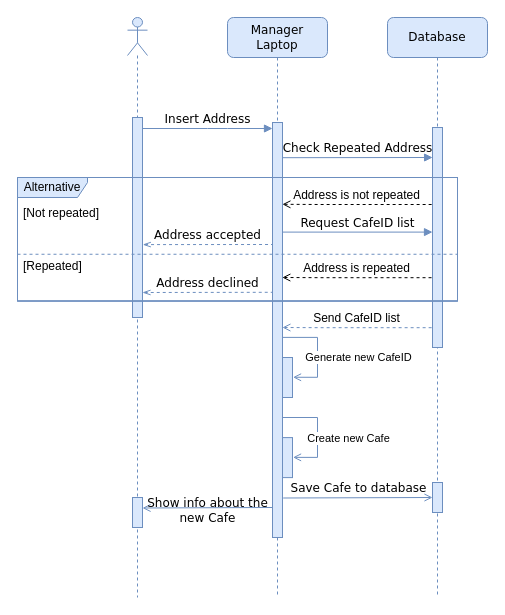
Earlier version of the draw.io diagram page "AddCafe" (5 of 7) of Diagrams/Sequence Diagram.drawio (Abcdavid00/Cafe-Management-Application). Source tidied: cells renumbered, new cells numbered last; positions are measured from the earlier drawing's top-left corner, leaving out a move shared by most shapes. Both pictures are drawn from the tidied source at 100%, with x=0, y=0 at pixel (17, 17).
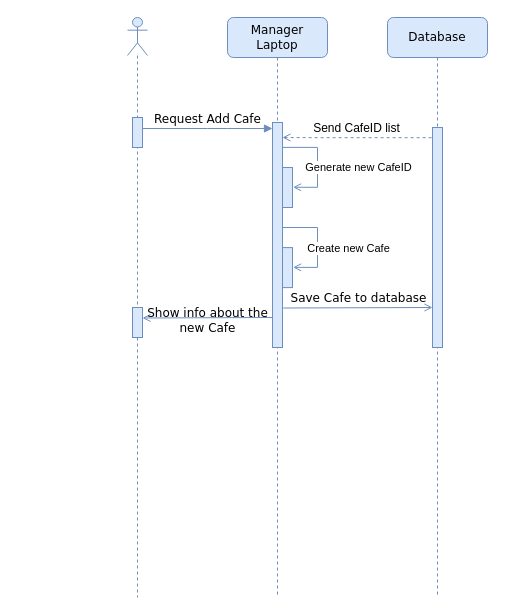
The same diagram, later.

The change refers to these unchanged cells:
```xml
<mxCell id="2" style="shape=umlLifeline;participant=umlActor;perimeter=lifelinePerimeter;whiteSpace=wrap;html=1;verticalAlign=top;spacingTop=36;size=38;fillColor=#dae8fc;strokeColor=#6c8ebf;" parent="1" vertex="1">
  <mxGeometry x="110" width="20" height="580" as="geometry" />
</mxCell>
<mxCell id="6" value="Database" style="shape=umlLifeline;perimeter=lifelinePerimeter;whiteSpace=wrap;html=1;rounded=1;shadow=0;comic=0;labelBackgroundColor=none;strokeWidth=1;fontFamily=Verdana;fontSize=12;align=center;fillColor=#dae8fc;strokeColor=#6c8ebf;" parent="1" vertex="1">
  <mxGeometry x="370" width="100" height="580" as="geometry" />
</mxCell>
```

Diff of the diagram source:
```diff
@@
     <mxCell id="3" style="html=1;perimeter=orthogonalPerimeter;rounded=0;shadow=0;comic=0;labelBackgroundColor=none;strokeWidth=1;fontFamily=Verdana;fontSize=12;align=center;fillColor=#dae8fc;strokeColor=#6c8ebf;" parent="2" vertex="1">
-      <mxGeometry x="5" y="480" width="10" height="30" as="geometry" />
+      <mxGeometry x="5" y="290" width="10" height="30" as="geometry" />
     </mxCell>
     <mxCell id="4" style="html=1;perimeter=orthogonalPerimeter;rounded=0;shadow=0;comic=0;labelBackgroundColor=none;strokeWidth=1;fontFamily=Verdana;fontSize=12;align=center;fillColor=#dae8fc;strokeColor=#6c8ebf;" parent="1" vertex="1">
-      <mxGeometry x="115" y="100" width="10" height="200" as="geometry" />
+      <mxGeometry x="115" y="100" width="10" height="30" as="geometry" />
     </mxCell>
@@
-    <mxCell id="7" style="html=1;perimeter=orthogonalPerimeter;rounded=0;shadow=0;comic=0;labelBackgroundColor=none;strokeWidth=1;fontFamily=Verdana;fontSize=12;align=center;fillColor=#dae8fc;strokeColor=#6c8ebf;" parent="6" vertex="1">
-      <mxGeometry x="45" y="465" width="10" height="30" as="geometry" />
-    </mxCell>
-    <mxCell id="8" value="Address is not repeated" style="html=1;verticalAlign=bottom;endArrow=none;dashed=1;endSize=8;rounded=0;startArrow=open;startFill=0;endFill=0;fontSize=12;exitX=0.987;exitY=0.202;exitDx=0;exitDy=0;exitPerimeter=0;" parent="6" edge="1">
-      <mxGeometry x="-0.02" relative="1" as="geometry">
-        <mxPoint x="-105.1" y="186.8" as="sourcePoint" />
-        <mxPoint x="45" y="187" as="targetPoint" />
-        <Array as="points">
-          <mxPoint x="-67.5" y="187" />
-        </Array>
-      </mxGeometry>
-    </mxCell>
-    <mxCell id="9" value="Address is repeated" style="html=1;verticalAlign=bottom;endArrow=none;dashed=1;endSize=8;rounded=0;startArrow=open;startFill=0;endFill=0;fontSize=12;exitX=0.987;exitY=0.202;exitDx=0;exitDy=0;exitPerimeter=0;" parent="6" edge="1">
-      <mxGeometry x="-0.02" relative="1" as="geometry">
-        <mxPoint x="-105.2" y="260" as="sourcePoint" />
-        <mxPoint x="45" y="260.2" as="targetPoint" />
-        <Array as="points">
-          <mxPoint x="-67.5" y="260.2" />
-        </Array>
-      </mxGeometry>
-    </mxCell>
     <mxCell id="10" value="Send CafeID list" style="html=1;verticalAlign=bottom;endArrow=none;dashed=1;endSize=8;rounded=0;startArrow=open;startFill=0;endFill=0;fontSize=12;exitX=0.987;exitY=0.202;exitDx=0;exitDy=0;exitPerimeter=0;fillColor=#dae8fc;strokeColor=#6c8ebf;" parent="6" edge="1">
       <mxGeometry x="-0.02" relative="1" as="geometry">
-        <mxPoint x="-105.1" y="310" as="sourcePoint" />
-        <mxPoint x="45" y="310.2" as="targetPoint" />
+        <mxPoint x="-105.1" y="120" as="sourcePoint" />
+        <mxPoint x="45" y="120.2" as="targetPoint" />
         <Array as="points">
-          <mxPoint x="-67.5" y="310.2" />
+          <mxPoint x="-67.5" y="120.2" />
         </Array>
       </mxGeometry>
     </mxCell>
-    <mxCell id="11" value="Insert Address" style="html=1;verticalAlign=bottom;endArrow=block;entryX=0;entryY=0;labelBackgroundColor=none;fontFamily=Verdana;fontSize=12;edgeStyle=elbowEdgeStyle;elbow=vertical;endFill=1;fillColor=#dae8fc;strokeColor=#6c8ebf;" parent="1" edge="1">
+    <mxCell id="11" value="Request Add Cafe" style="html=1;verticalAlign=bottom;endArrow=block;entryX=0;entryY=0;labelBackgroundColor=none;fontFamily=Verdana;fontSize=12;edgeStyle=elbowEdgeStyle;elbow=vertical;endFill=1;fillColor=#dae8fc;strokeColor=#6c8ebf;" parent="1" edge="1">
       <mxGeometry relative="1" as="geometry">
         <mxPoint x="125" y="111" as="sourcePoint" />
         <mxPoint x="255" y="111" as="targetPoint" />
         <Array as="points">
           <mxPoint x="200" y="111" />
         </Array>
       </mxGeometry>
     </mxCell>
     <mxCell id="12" style="html=1;perimeter=orthogonalPerimeter;rounded=0;shadow=0;comic=0;labelBackgroundColor=none;strokeWidth=1;fontFamily=Verdana;fontSize=12;align=center;fillColor=#dae8fc;strokeColor=#6c8ebf;" parent="1" vertex="1">
-      <mxGeometry x="255" y="105" width="10" height="415" as="geometry" />
+      <mxGeometry x="255" y="105" width="10" height="225" as="geometry" />
     </mxCell>
-    <mxCell id="13" value="Check Repeated Address" style="html=1;verticalAlign=bottom;endArrow=block;labelBackgroundColor=none;fontFamily=Verdana;fontSize=12;edgeStyle=elbowEdgeStyle;elbow=vertical;endFill=1;startArrow=none;startFill=0;entryX=0.007;entryY=0.299;entryDx=0;entryDy=0;entryPerimeter=0;fillColor=#dae8fc;strokeColor=#6c8ebf;" parent="1" edge="1">
-      <mxGeometry relative="1" as="geometry">
-        <mxPoint x="265" y="140.2" as="sourcePoint" />
-        <mxPoint x="415.1" y="139.9" as="targetPoint" />
-      </mxGeometry>
-    </mxCell>
     <mxCell id="14" style="edgeStyle=orthogonalEdgeStyle;rounded=0;jettySize=auto;html=1;exitX=1.055;exitY=0.494;exitDx=0;exitDy=0;exitPerimeter=0;entryX=1.054;entryY=0.593;entryDx=0;entryDy=0;entryPerimeter=0;endArrow=none;endFill=0;startArrow=open;startFill=0;fillColor=#dae8fc;strokeColor=#6c8ebf;" parent="1" edge="1" source="16">
       <mxGeometry relative="1" as="geometry">
-        <mxPoint x="265.5" y="319.9" as="targetPoint" />
+        <mxPoint x="265.5" y="129.9" as="targetPoint" />
         <Array as="points">
-          <mxPoint x="300" y="360" />
-          <mxPoint x="300" y="320" />
+          <mxPoint x="300" y="170" />
+          <mxPoint x="300" y="130" />
         </Array>
       </mxGeometry>
     </mxCell>
@@
     <mxCell id="16" style="html=1;points=[];perimeter=orthogonalPerimeter;rounded=0;shadow=0;comic=0;labelBackgroundColor=none;strokeWidth=1;fontFamily=Verdana;fontSize=12;align=center;fillColor=#dae8fc;strokeColor=#6c8ebf;" parent="1" vertex="1">
-      <mxGeometry x="265" y="340" width="10" height="40" as="geometry" />
+      <mxGeometry x="265" y="150" width="10" height="40" as="geometry" />
     </mxCell>
-    <mxCell id="17" value="Request CafeID list" style="html=1;verticalAlign=bottom;endArrow=block;labelBackgroundColor=none;fontFamily=Verdana;fontSize=12;edgeStyle=elbowEdgeStyle;elbow=vertical;endFill=1;entryX=0.002;entryY=0.497;entryDx=0;entryDy=0;entryPerimeter=0;fillColor=#dae8fc;strokeColor=#6c8ebf;" parent="1" edge="1">
-      <mxGeometry relative="1" as="geometry">
-        <mxPoint x="265" y="214.6" as="sourcePoint" />
-        <mxPoint x="415" y="214.4" as="targetPoint" />
-        <Array as="points">
-          <mxPoint x="340" y="214.6" />
-        </Array>
-      </mxGeometry>
-    </mxCell>
     <mxCell id="18" value="Save Cafe to database" style="html=1;verticalAlign=bottom;endArrow=open;labelBackgroundColor=none;fontFamily=Verdana;fontSize=12;elbow=vertical;exitX=0.974;exitY=0.695;exitDx=0;exitDy=0;exitPerimeter=0;endFill=0;fillColor=#dae8fc;strokeColor=#6c8ebf;" parent="1" edge="1">
       <mxGeometry relative="1" as="geometry">
-        <mxPoint x="265.7" y="480.5" as="sourcePoint" />
-        <mxPoint x="415" y="480" as="targetPoint" />
+        <mxPoint x="265.7" y="290.5" as="sourcePoint" />
+        <mxPoint x="415" y="290" as="targetPoint" />
       </mxGeometry>
     </mxCell>
     <mxCell id="19" value="Show info about the&lt;br&gt;new Cafe" style="html=1;verticalAlign=bottom;endArrow=none;labelBackgroundColor=none;fontFamily=Verdana;fontSize=12;elbow=vertical;exitX=0.974;exitY=0.695;exitDx=0;exitDy=0;exitPerimeter=0;startArrow=open;startFill=0;endFill=0;fillColor=#dae8fc;strokeColor=#6c8ebf;" parent="1" edge="1">
       <mxGeometry y="-20" relative="1" as="geometry">
-        <mxPoint x="125" y="490.5" as="sourcePoint" />
-        <mxPoint x="255" y="490" as="targetPoint" />
+        <mxPoint x="125" y="300.5" as="sourcePoint" />
+        <mxPoint x="255" y="300" as="targetPoint" />
       </mxGeometry>
     </mxCell>
-    <mxCell id="20" value="Address declined" style="html=1;verticalAlign=bottom;endArrow=none;labelBackgroundColor=none;fontFamily=Verdana;fontSize=12;edgeStyle=elbowEdgeStyle;elbow=vertical;endFill=0;entryX=-0.026;entryY=0.574;entryDx=0;entryDy=0;entryPerimeter=0;startArrow=openThin;startFill=0;dashed=1;fillColor=#dae8fc;strokeColor=#6c8ebf;" parent="1" edge="1">
-      <mxGeometry relative="1" as="geometry">
-        <mxPoint x="125" y="275" as="sourcePoint" />
-        <mxPoint x="254.7" y="274.3" as="targetPoint" />
-        <Array as="points">
-          <mxPoint x="190" y="274.8" />
-        </Array>
-      </mxGeometry>
-    </mxCell>
-    <mxCell id="21" value="Address accepted" style="html=1;verticalAlign=bottom;endArrow=none;labelBackgroundColor=none;fontFamily=Verdana;fontSize=12;edgeStyle=elbowEdgeStyle;elbow=vertical;endFill=0;entryX=-0.026;entryY=0.574;entryDx=0;entryDy=0;entryPerimeter=0;startArrow=openThin;startFill=0;dashed=1;fillColor=#dae8fc;strokeColor=#6c8ebf;" parent="1" edge="1">
-      <mxGeometry relative="1" as="geometry">
-        <mxPoint x="125.3" y="227.1" as="sourcePoint" />
-        <mxPoint x="255" y="226.4" as="targetPoint" />
-        <Array as="points">
-          <mxPoint x="190.3" y="227" />
-        </Array>
-      </mxGeometry>
-    </mxCell>
@@
-    <mxCell id="23" style="group;fillColor=none;strokeColor=#6c8ebf;" parent="1" vertex="1">
-      <mxGeometry y="160" width="440" height="123.5" as="geometry" />
-    </mxCell>
     <mxCell id="24" style="edgeStyle=orthogonalEdgeStyle;rounded=0;jettySize=auto;html=1;exitX=1.055;exitY=0.494;exitDx=0;exitDy=0;exitPerimeter=0;entryX=1.054;entryY=0.593;entryDx=0;entryDy=0;entryPerimeter=0;endArrow=none;endFill=0;startArrow=open;startFill=0;fillColor=#dae8fc;strokeColor=#6c8ebf;" parent="1" edge="1" source="26">
       <mxGeometry relative="1" as="geometry">
-        <mxPoint x="265.5" y="400" as="targetPoint" />
+        <mxPoint x="265.5" y="210" as="targetPoint" />
         <Array as="points">
-          <mxPoint x="300" y="440.1" />
-          <mxPoint x="300" y="400.1" />
+          <mxPoint x="300" y="250.1" />
+          <mxPoint x="300" y="210.1" />
         </Array>
       </mxGeometry>
     </mxCell>
@@
     <mxCell id="26" style="html=1;points=[];perimeter=orthogonalPerimeter;rounded=0;shadow=0;comic=0;labelBackgroundColor=none;strokeWidth=1;fontFamily=Verdana;fontSize=12;align=center;fillColor=#dae8fc;strokeColor=#6c8ebf;" parent="1" vertex="1">
-      <mxGeometry x="265" y="420.1" width="10" height="40" as="geometry" />
+      <mxGeometry x="265" y="230.1" width="10" height="40" as="geometry" />
     </mxCell>
-    <mxCell id="27" style="line;strokeWidth=1;fillColor=none;align=left;verticalAlign=middle;spacingTop=-1;spacingLeft=3;spacingRight=3;labelPosition=right;dashed=1;strokeColor=#6c8ebf;" parent="1" vertex="1">
-      <mxGeometry y="234.3" width="440" height="4.9" as="geometry" />
-    </mxCell>
-    <mxCell id="28" style="group;fillColor=none;strokeColor=#6c8ebf;" parent="1" vertex="1">
-      <mxGeometry y="160" width="440" height="123.5" as="geometry" />
-    </mxCell>
-    <mxCell id="29" value="Alternative" style="shape=umlFrame;whiteSpace=wrap;html=1;width=70;height=20;fillColor=#dae8fc;strokeColor=#6c8ebf;" parent="28" vertex="1">
-      <mxGeometry width="440" height="123.5" as="geometry" />
-    </mxCell>
-    <mxCell id="30" value="[Repeated]" style="text;strokeColor=none;fillColor=none;align=left;verticalAlign=top;spacingLeft=4;spacingRight=4;overflow=hidden;dashed=1;" parent="28" vertex="1">
-      <mxGeometry y="75.2" width="440" height="28.3" as="geometry" />
-    </mxCell>
-    <mxCell id="31" value="[Not repeated]" style="text;strokeColor=none;fillColor=none;align=left;verticalAlign=top;spacingLeft=4;spacingRight=4;overflow=hidden;dashed=1;" parent="28" vertex="1">
-      <mxGeometry y="21.7" width="440" height="28.3" as="geometry" />
-    </mxCell>
```
